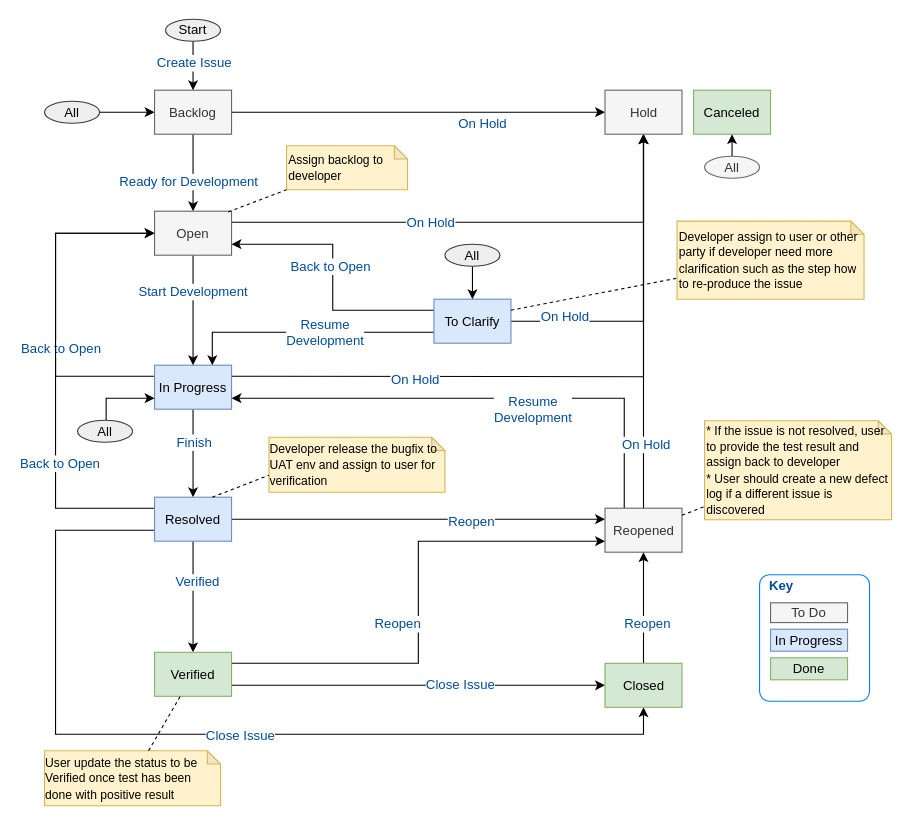
The draw.io diagram page "Modified JIRA UAT Flow" (9 of 9) of Change Request Process.drawio in whalebig27/change-request-process-diagram, before the edit. Source tidied: cells renumbered, new cells numbered last; positions are measured from the earlier drawing's top-left corner, leaving out a move shared by most shapes. Both pictures are drawn from the tidied source at 110%, with x=0, y=0 at pixel (44, 19).
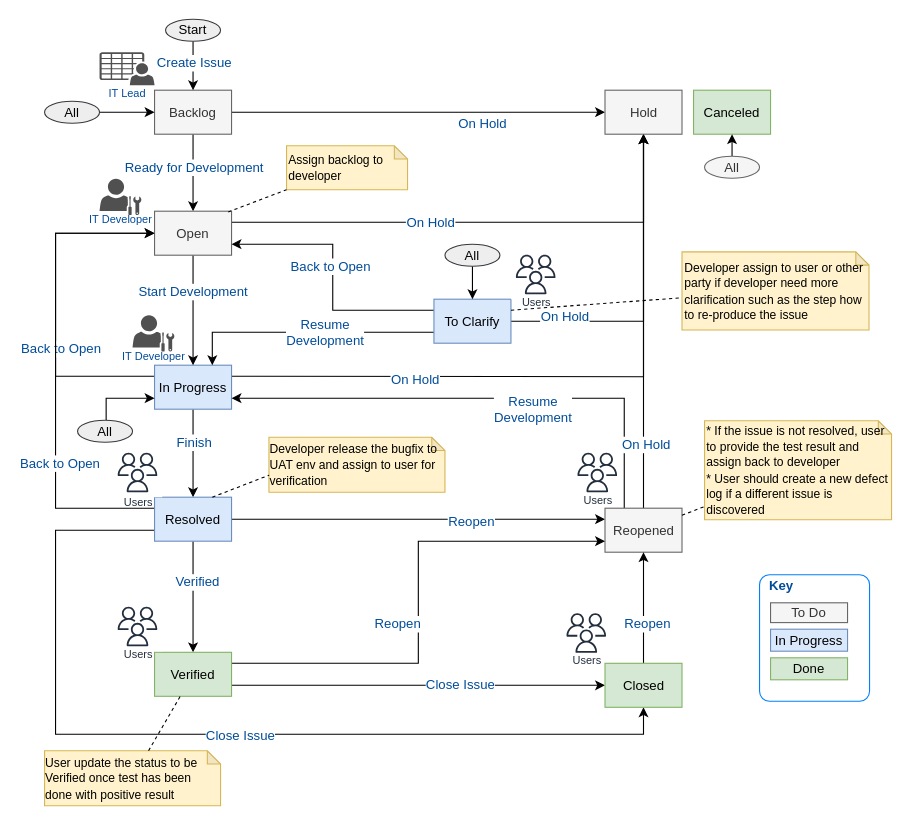
After the change.

The change refers to these unchanged cells:
```xml
<mxCell id="3" style="edgeStyle=orthogonalEdgeStyle;rounded=0;jettySize=auto;html=1;fontSize=12;fontColor=#004C99;" parent="1" edge="1" source="7" target="19">
  <mxGeometry relative="1" as="geometry" />
</mxCell>
```

Diff of the diagram source:
```diff
@@
     <mxCell id="4" value="Ready for Development" style="text;html=1;align=center;verticalAlign=middle;labelBackgroundColor=#ffffff;fontSize=12;fontColor=#004C99;" parent="3" vertex="1">
-      <mxGeometry x="0.23" y="-5" relative="1" as="geometry" />
+      <mxGeometry x="0.23" y="-5" relative="1" as="geometry">
+        <mxPoint x="5" y="-13" as="offset" />
+      </mxGeometry>
     </mxCell>
@@
     <mxCell id="68" value="&lt;div style=&quot;text-align: left&quot;&gt;&lt;span style=&quot;font-size: 11px&quot;&gt;Developer assign to user or other party if developer need more clarification such as the step how to re-produce the issue&lt;/span&gt;&lt;/div&gt;" style="shape=note;whiteSpace=wrap;html=1;backgroundOutline=1;darkOpacity=0.05;strokeColor=#d6b656;fontSize=12;align=left;size=12;fillColor=#fff2cc;" parent="1" vertex="1">
-      <mxGeometry x="575" y="183.5" width="170" height="71" as="geometry" />
+      <mxGeometry x="579.5" y="211.5" width="170" height="71" as="geometry" />
     </mxCell>
@@
+    <mxCell id="76" value="Users" style="fontColor=#232F3E;gradientColor=none;strokeColor=#232F3E;fillColor=#ffffff;dashed=0;verticalLabelPosition=bottom;verticalAlign=top;align=center;html=1;fontSize=10;fontStyle=0;shape=mxgraph.aws4.resourceIcon;resIcon=mxgraph.aws4.users;spacingTop=-10;" parent="1" vertex="1">
+      <mxGeometry x="62" y="529.5" width="45" height="45" as="geometry" />
+    </mxCell>
+    <mxCell id="77" value="IT Developer" style="shadow=0;dashed=0;html=1;strokeColor=none;fillColor=#505050;labelPosition=center;verticalLabelPosition=bottom;verticalAlign=top;align=center;shape=mxgraph.office.users.administrator;fontSize=10;fontColor=#004C99;spacingTop=-8;" parent="1" vertex="1">
+      <mxGeometry x="80" y="269" width="38" height="33" as="geometry" />
+    </mxCell>
+    <mxCell id="78" value="Users" style="fontColor=#232F3E;gradientColor=none;strokeColor=#232F3E;fillColor=#ffffff;dashed=0;verticalLabelPosition=bottom;verticalAlign=top;align=center;html=1;fontSize=10;fontStyle=0;shape=mxgraph.aws4.resourceIcon;resIcon=mxgraph.aws4.users;spacingTop=-8;" parent="1" vertex="1">
+      <mxGeometry x="62" y="389.5" width="45" height="45" as="geometry" />
+    </mxCell>
+    <mxCell id="79" value="IT Developer" style="shadow=0;dashed=0;html=1;strokeColor=none;fillColor=#505050;labelPosition=center;verticalLabelPosition=bottom;verticalAlign=top;align=center;shape=mxgraph.office.users.administrator;fontSize=10;fontColor=#004C99;spacingTop=-8;" parent="1" vertex="1">
+      <mxGeometry x="50" y="145" width="38" height="33" as="geometry" />
+    </mxCell>
+    <mxCell id="80" value="Users" style="fontColor=#232F3E;gradientColor=none;strokeColor=#232F3E;fillColor=#ffffff;dashed=0;verticalLabelPosition=bottom;verticalAlign=top;align=center;html=1;fontSize=10;fontStyle=0;shape=mxgraph.aws4.resourceIcon;resIcon=mxgraph.aws4.users;spacingTop=-10;" parent="1" vertex="1">
+      <mxGeometry x="480" y="389.5" width="45" height="45" as="geometry" />
+    </mxCell>
+    <mxCell id="81" value="Users" style="fontColor=#232F3E;gradientColor=none;strokeColor=#232F3E;fillColor=#ffffff;dashed=0;verticalLabelPosition=bottom;verticalAlign=top;align=center;html=1;fontSize=10;fontStyle=0;shape=mxgraph.aws4.resourceIcon;resIcon=mxgraph.aws4.users;spacingTop=-10;" parent="1" vertex="1">
+      <mxGeometry x="470" y="535.5" width="45" height="45" as="geometry" />
+    </mxCell>
+    <mxCell id="82" value="Users" style="fontColor=#232F3E;gradientColor=none;strokeColor=#232F3E;fillColor=#ffffff;dashed=0;verticalLabelPosition=bottom;verticalAlign=top;align=center;html=1;fontSize=10;fontStyle=0;shape=mxgraph.aws4.resourceIcon;resIcon=mxgraph.aws4.users;spacingTop=-10;" parent="1" vertex="1">
+      <mxGeometry x="424" y="209.5" width="45" height="45" as="geometry" />
+    </mxCell>
+    <mxCell id="83" value="IT Lead" style="shadow=0;dashed=0;html=1;strokeColor=none;fillColor=#505050;labelPosition=center;verticalLabelPosition=bottom;verticalAlign=top;align=center;shape=mxgraph.office.users.csv_file;fontSize=10;fontColor=#004C99;spacingTop=-5;" parent="1" vertex="1">
+      <mxGeometry x="50" y="30" width="50" height="30" as="geometry" />
+    </mxCell>
```
